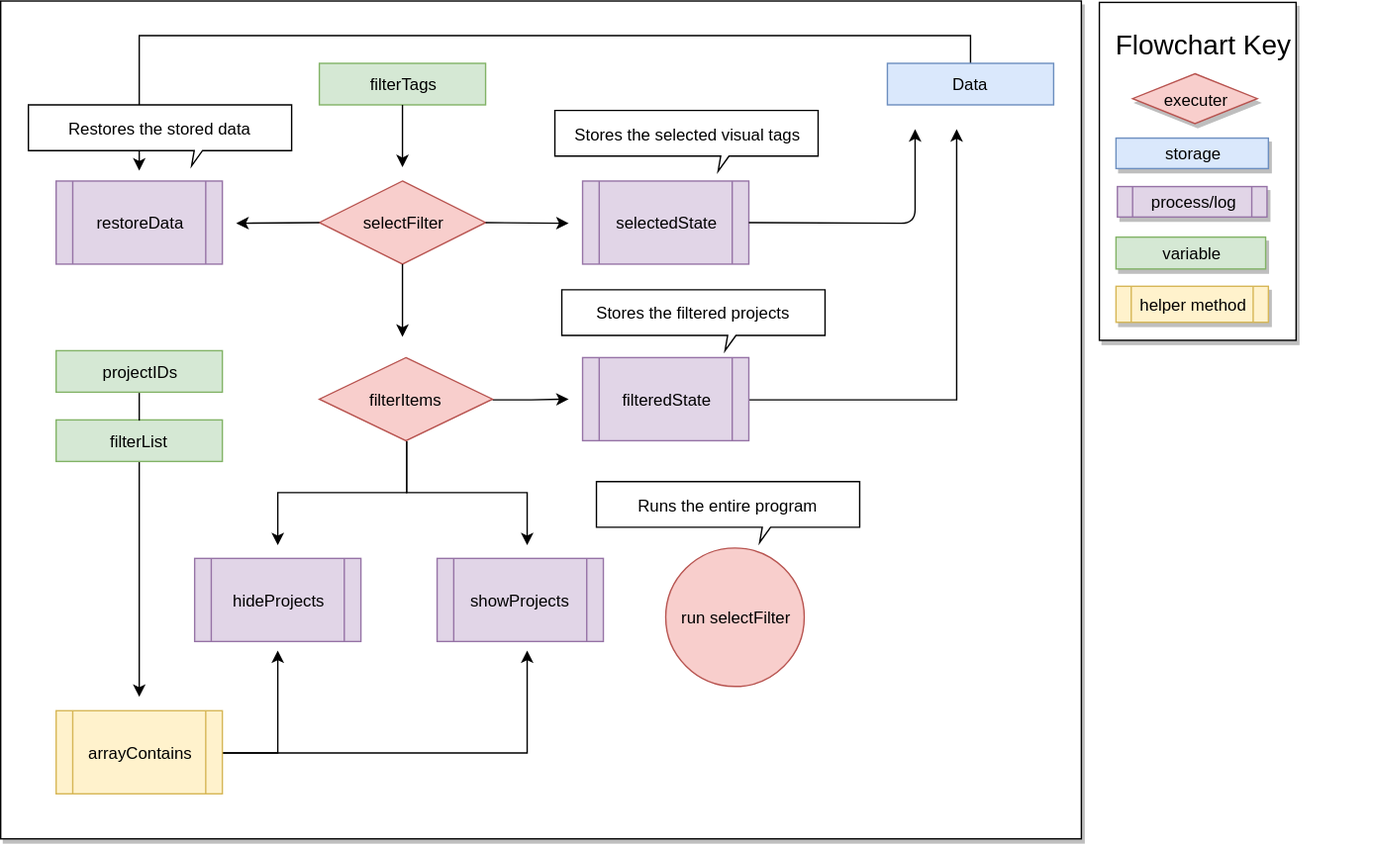
Earlier version of the draw.io export assets/img/filteringsystem.svg (Syhlo/portfolio). Source tidied: cells renumbered, new cells last; positions are measured from the earlier drawing's top-left corner, leaving out a move shared by most shapes.
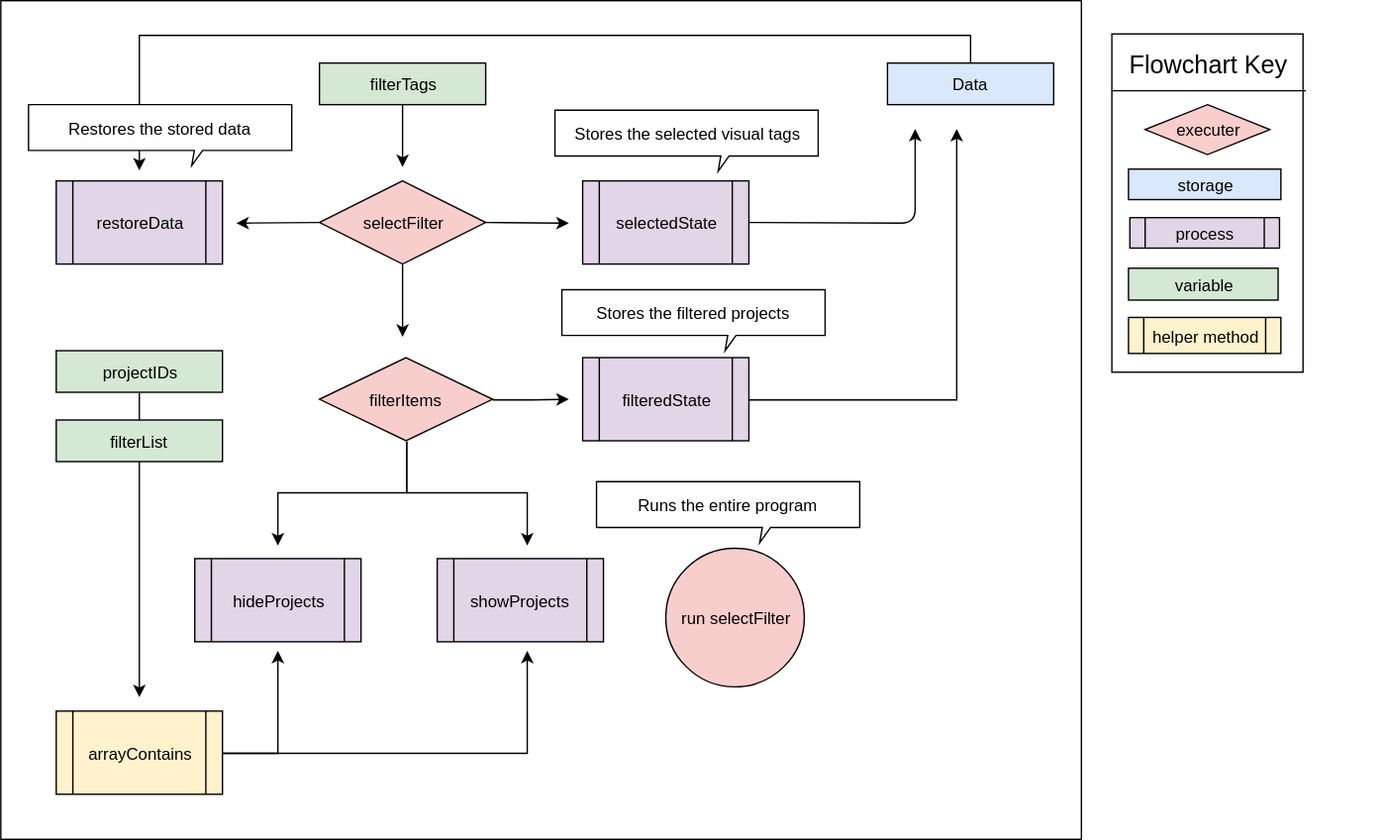
The same diagram one commit later.

Commit message:
enough of playing with this

Diff of the diagram source:
```diff
@@ -2,51 +2,51 @@
   <root>
     <mxCell id="0" />
     <mxCell id="1" parent="0" />
-    <mxCell id="2" style="rounded=0;whiteSpace=wrap;html=1;shadow=1;" parent="1" vertex="1">
+    <mxCell id="2" style="rounded=0;whiteSpace=wrap;shadow=0;labelBackgroundColor=none;labelBorderColor=none;html=1;fontSize=12;strokeColor=#000000;" parent="1" vertex="1">
       <mxGeometry width="780" height="605" as="geometry" />
     </mxCell>
-    <mxCell id="3" style="rounded=0;whiteSpace=wrap;html=1;shadow=1;" parent="1" vertex="1">
-      <mxGeometry x="793" y="1" width="142" height="244" as="geometry" />
+    <mxCell id="3" style="rounded=0;whiteSpace=wrap;shadow=0;labelBackgroundColor=none;labelBorderColor=none;html=1;fontSize=12;strokeColor=#000000;" parent="1" vertex="1">
+      <mxGeometry x="802" y="24" width="138" height="244" as="geometry" />
     </mxCell>
-    <mxCell id="4" value="filterTags" style="rounded=0;whiteSpace=wrap;html=1;fillColor=#d5e8d4;strokeColor=#82b366;" parent="1" vertex="1">
+    <mxCell id="4" value="filterTags" style="rounded=0;whiteSpace=wrap;fillColor=#d5e8d4;strokeColor=#000000;shadow=0;labelBackgroundColor=none;labelBorderColor=none;html=1;fontSize=12;" parent="1" vertex="1">
       <mxGeometry x="230" y="45" width="120" height="30" as="geometry" />
     </mxCell>
-    <mxCell id="5" style="edgeStyle=orthogonalEdgeStyle;rounded=0;html=1;exitX=0.5;exitY=0;jettySize=auto;" parent="1" edge="1" source="6">
+    <mxCell id="5" style="edgeStyle=orthogonalEdgeStyle;rounded=0;exitX=0.5;exitY=0;jettySize=auto;shadow=0;labelBackgroundColor=none;labelBorderColor=none;html=1;fontSize=12;strokeColor=#000000;" parent="1" edge="1" source="6">
       <mxGeometry relative="1" as="geometry">
         <mxPoint x="100" y="122.5" as="targetPoint" />
       </mxGeometry>
     </mxCell>
-    <mxCell id="6" value="Data" style="rounded=0;whiteSpace=wrap;html=1;fillColor=#dae8fc;strokeColor=#6c8ebf;" parent="1" vertex="1">
+    <mxCell id="6" value="Data" style="rounded=0;whiteSpace=wrap;fillColor=#dae8fc;strokeColor=#000000;shadow=0;labelBackgroundColor=none;labelBorderColor=none;html=1;fontSize=12;" parent="1" vertex="1">
       <mxGeometry x="640" y="45" width="120" height="30" as="geometry" />
     </mxCell>
-    <mxCell id="7" value="selectFilter" style="rhombus;whiteSpace=wrap;html=1;fillColor=#f8cecc;strokeColor=#b85450;" parent="1" vertex="1">
+    <mxCell id="7" value="selectFilter" style="rhombus;whiteSpace=wrap;fillColor=#f8cecc;strokeColor=#000000;shadow=0;labelBackgroundColor=none;labelBorderColor=none;html=1;fontSize=12;" parent="1" vertex="1">
       <mxGeometry x="230" y="130" width="120" height="60" as="geometry" />
     </mxCell>
-    <mxCell id="8" style="endArrow=classic;html=1;exitX=0.5;exitY=1;" parent="1" edge="1" source="4">
+    <mxCell id="8" style="endArrow=classic;exitX=0.5;exitY=1;shadow=0;labelBackgroundColor=none;labelBorderColor=none;html=1;fontSize=12;strokeColor=#000000;" parent="1" edge="1" source="4">
       <mxGeometry relative="1" as="geometry">
         <mxPoint x="290" y="120" as="targetPoint" />
       </mxGeometry>
     </mxCell>
-    <mxCell id="9" value="restoreData" style="shape=process;whiteSpace=wrap;html=1;backgroundOutline=1;fillColor=#e1d5e7;strokeColor=#9673a6;" parent="1" vertex="1">
+    <mxCell id="9" value="restoreData" style="shape=process;whiteSpace=wrap;backgroundOutline=1;fillColor=#e1d5e7;strokeColor=#000000;shadow=0;labelBackgroundColor=none;labelBorderColor=none;html=1;fontSize=12;" parent="1" vertex="1">
       <mxGeometry x="40" y="130" width="120" height="60" as="geometry" />
     </mxCell>
-    <mxCell id="10" style="endArrow=classic;html=1;exitX=0;exitY=0.5;" parent="1" edge="1" source="7">
+    <mxCell id="10" style="endArrow=classic;exitX=0;exitY=0.5;shadow=0;labelBackgroundColor=none;labelBorderColor=none;html=1;fontSize=12;strokeColor=#000000;" parent="1" edge="1" source="7">
       <mxGeometry relative="1" as="geometry">
         <mxPoint x="170" y="160.5" as="targetPoint" />
       </mxGeometry>
     </mxCell>
-    <mxCell id="11" value="selectedState" style="shape=process;whiteSpace=wrap;html=1;backgroundOutline=1;fillColor=#e1d5e7;strokeColor=#9673a6;" parent="1" vertex="1">
+    <mxCell id="11" value="selectedState" style="shape=process;whiteSpace=wrap;backgroundOutline=1;fillColor=#e1d5e7;strokeColor=#000000;shadow=0;labelBackgroundColor=none;labelBorderColor=none;html=1;fontSize=12;" parent="1" vertex="1">
       <mxGeometry x="420" y="130" width="120" height="60" as="geometry" />
     </mxCell>
-    <mxCell id="12" style="endArrow=classic;html=1;exitX=1;exitY=0.5;" parent="1" edge="1" source="7">
+    <mxCell id="12" style="endArrow=classic;exitX=1;exitY=0.5;shadow=0;labelBackgroundColor=none;labelBorderColor=none;html=1;fontSize=12;strokeColor=#000000;" parent="1" edge="1" source="7">
       <mxGeometry relative="1" as="geometry">
         <mxPoint x="410" y="160.5" as="targetPoint" />
       </mxGeometry>
     </mxCell>
-    <mxCell id="13" value="Stores the selected visual tags" style="shape=callout;whiteSpace=wrap;html=1;perimeter=calloutPerimeter;size=11;position=0.63;base=6;position2=0.62;fillColor=#ffffff;strokeColor=#000000;" parent="1" vertex="1">
+    <mxCell id="13" value="Stores the selected visual tags" style="shape=callout;whiteSpace=wrap;perimeter=calloutPerimeter;size=11;position=0.63;base=6;position2=0.62;fillColor=#ffffff;strokeColor=#000000;shadow=0;labelBackgroundColor=none;labelBorderColor=none;html=1;fontSize=12;" parent="1" vertex="1">
       <mxGeometry x="400" y="79" width="190" height="44" as="geometry" />
     </mxCell>
-    <mxCell id="14" style="endArrow=classic;html=1;exitX=1;exitY=0.5;" parent="1" edge="1" source="11">
+    <mxCell id="14" style="endArrow=classic;exitX=1;exitY=0.5;shadow=0;labelBackgroundColor=none;labelBorderColor=none;html=1;fontSize=12;strokeColor=#000000;" parent="1" edge="1" source="11">
       <mxGeometry relative="1" as="geometry">
         <mxPoint x="660" y="92.5" as="targetPoint" />
         <Array as="points">
@@ -54,99 +54,102 @@
         </Array>
       </mxGeometry>
     </mxCell>
-    <mxCell id="15" style="endArrow=classic;html=1;exitX=0.5;exitY=1;" parent="1" edge="1" source="7">
+    <mxCell id="15" style="endArrow=classic;exitX=0.5;exitY=1;shadow=0;labelBackgroundColor=none;labelBorderColor=none;html=1;fontSize=12;strokeColor=#000000;" parent="1" edge="1" source="7">
       <mxGeometry relative="1" as="geometry">
         <mxPoint x="290" y="242.5" as="targetPoint" />
       </mxGeometry>
     </mxCell>
-    <mxCell id="16" style="edgeStyle=orthogonalEdgeStyle;rounded=0;html=1;jettySize=auto;" parent="1" edge="1" source="17">
+    <mxCell id="16" style="edgeStyle=orthogonalEdgeStyle;rounded=0;jettySize=auto;shadow=0;labelBackgroundColor=none;labelBorderColor=none;html=1;fontSize=12;strokeColor=#000000;" parent="1" edge="1" source="17">
       <mxGeometry relative="1" as="geometry">
         <mxPoint x="100" y="502.5" as="targetPoint" />
       </mxGeometry>
     </mxCell>
-    <mxCell id="17" value="filterList" style="rounded=0;whiteSpace=wrap;html=1;fillColor=#d5e8d4;strokeColor=#82b366;" parent="1" vertex="1">
+    <mxCell id="17" value="filterList" style="rounded=0;whiteSpace=wrap;fillColor=#d5e8d4;strokeColor=#000000;shadow=0;labelBackgroundColor=none;labelBorderColor=none;html=1;fontSize=12;" parent="1" vertex="1">
       <mxGeometry x="40" y="302.5" width="120" height="30" as="geometry" />
     </mxCell>
-    <mxCell id="18" value="projectIDs" style="rounded=0;whiteSpace=wrap;html=1;fillColor=#d5e8d4;strokeColor=#82b366;" parent="1" vertex="1">
+    <mxCell id="18" value="projectIDs" style="rounded=0;whiteSpace=wrap;fillColor=#d5e8d4;strokeColor=#000000;shadow=0;labelBackgroundColor=none;labelBorderColor=none;html=1;fontSize=12;" parent="1" vertex="1">
       <mxGeometry x="40" y="252.5" width="120" height="30" as="geometry" />
     </mxCell>
-    <mxCell id="19" style="edgeStyle=orthogonalEdgeStyle;rounded=0;html=1;exitX=1;exitY=0.5;jettySize=auto;" parent="1" edge="1" source="22">
+    <mxCell id="19" style="edgeStyle=orthogonalEdgeStyle;rounded=0;exitX=1;exitY=0.5;jettySize=auto;shadow=0;labelBackgroundColor=none;labelBorderColor=none;html=1;fontSize=12;strokeColor=#000000;" parent="1" edge="1" source="22">
       <mxGeometry relative="1" as="geometry">
         <mxPoint x="410" y="287.5" as="targetPoint" />
       </mxGeometry>
     </mxCell>
-    <mxCell id="20" style="edgeStyle=orthogonalEdgeStyle;rounded=0;html=1;exitX=0.5;exitY=1;jettySize=auto;" parent="1" edge="1" source="22">
+    <mxCell id="20" style="edgeStyle=orthogonalEdgeStyle;rounded=0;exitX=0.5;exitY=1;jettySize=auto;shadow=0;labelBackgroundColor=none;labelBorderColor=none;html=1;fontSize=12;strokeColor=#000000;" parent="1" edge="1" source="22">
       <mxGeometry relative="1" as="geometry">
         <mxPoint x="200" y="393" as="targetPoint" />
       </mxGeometry>
     </mxCell>
-    <mxCell id="21" style="edgeStyle=orthogonalEdgeStyle;rounded=0;html=1;exitX=0.5;exitY=1;jettySize=auto;" parent="1" edge="1" source="22">
+    <mxCell id="21" style="edgeStyle=orthogonalEdgeStyle;rounded=0;exitX=0.5;exitY=1;jettySize=auto;shadow=0;labelBackgroundColor=none;labelBorderColor=none;html=1;fontSize=12;strokeColor=#000000;" parent="1" edge="1" source="22">
       <mxGeometry relative="1" as="geometry">
         <mxPoint x="380" y="393" as="targetPoint" />
       </mxGeometry>
     </mxCell>
-    <mxCell id="22" value="filterItems&lt;br&gt;" style="rhombus;whiteSpace=wrap;html=1;fillColor=#f8cecc;strokeColor=#b85450;" parent="1" vertex="1">
+    <mxCell id="22" value="filterItems&lt;br style=&quot;font-size: 12px;&quot;&gt;" style="rhombus;whiteSpace=wrap;fillColor=#f8cecc;strokeColor=#000000;shadow=0;labelBackgroundColor=none;labelBorderColor=none;html=1;fontSize=12;" parent="1" vertex="1">
       <mxGeometry x="230" y="257.5" width="125" height="60" as="geometry" />
     </mxCell>
-    <mxCell id="23" style="edgeStyle=orthogonalEdgeStyle;rounded=0;html=1;exitX=1;exitY=0.5;jettySize=auto;" parent="1" edge="1" source="24">
+    <mxCell id="23" style="edgeStyle=orthogonalEdgeStyle;rounded=0;exitX=1;exitY=0.5;jettySize=auto;shadow=0;labelBackgroundColor=none;labelBorderColor=none;html=1;fontSize=12;strokeColor=#000000;" parent="1" edge="1" source="24">
       <mxGeometry relative="1" as="geometry">
         <mxPoint x="690" y="92.5" as="targetPoint" />
       </mxGeometry>
     </mxCell>
-    <mxCell id="24" value="filteredState" style="shape=process;whiteSpace=wrap;html=1;backgroundOutline=1;fillColor=#e1d5e7;strokeColor=#9673a6;" parent="1" vertex="1">
+    <mxCell id="24" value="filteredState" style="shape=process;whiteSpace=wrap;backgroundOutline=1;fillColor=#e1d5e7;strokeColor=#000000;shadow=0;labelBackgroundColor=none;labelBorderColor=none;html=1;fontSize=12;" parent="1" vertex="1">
       <mxGeometry x="420" y="257.5" width="120" height="60" as="geometry" />
     </mxCell>
-    <mxCell id="25" value="hideProjects" style="shape=process;whiteSpace=wrap;html=1;backgroundOutline=1;fillColor=#e1d5e7;strokeColor=#9673a6;" parent="1" vertex="1">
+    <mxCell id="25" value="hideProjects" style="shape=process;whiteSpace=wrap;backgroundOutline=1;fillColor=#e1d5e7;strokeColor=#000000;shadow=0;labelBackgroundColor=none;labelBorderColor=none;html=1;fontSize=12;" parent="1" vertex="1">
       <mxGeometry x="140" y="402.5" width="120" height="60" as="geometry" />
     </mxCell>
-    <mxCell id="26" value="showProjects" style="shape=process;whiteSpace=wrap;html=1;backgroundOutline=1;fillColor=#e1d5e7;strokeColor=#9673a6;" parent="1" vertex="1">
+    <mxCell id="26" value="showProjects" style="shape=process;whiteSpace=wrap;backgroundOutline=1;fillColor=#e1d5e7;strokeColor=#000000;shadow=0;labelBackgroundColor=none;labelBorderColor=none;html=1;fontSize=12;" parent="1" vertex="1">
       <mxGeometry x="315" y="402.5" width="120" height="60" as="geometry" />
     </mxCell>
-    <mxCell id="27" style="edgeStyle=orthogonalEdgeStyle;rounded=0;html=1;exitX=1;exitY=0.5;jettySize=auto;strokeColor=#000000;" parent="1" edge="1" source="29">
+    <mxCell id="27" style="edgeStyle=orthogonalEdgeStyle;rounded=0;exitX=1;exitY=0.5;jettySize=auto;strokeColor=#000000;shadow=0;labelBackgroundColor=none;labelBorderColor=none;html=1;fontSize=12;" parent="1" edge="1" source="29">
       <mxGeometry relative="1" as="geometry">
         <mxPoint x="200" y="469" as="targetPoint" />
       </mxGeometry>
     </mxCell>
-    <mxCell id="28" style="edgeStyle=orthogonalEdgeStyle;rounded=0;html=1;exitX=1;exitY=0.5;jettySize=auto;strokeColor=#000000;" parent="1" edge="1" source="29">
+    <mxCell id="28" style="edgeStyle=orthogonalEdgeStyle;rounded=0;exitX=1;exitY=0.5;jettySize=auto;strokeColor=#000000;shadow=0;labelBackgroundColor=none;labelBorderColor=none;html=1;fontSize=12;" parent="1" edge="1" source="29">
       <mxGeometry relative="1" as="geometry">
         <mxPoint x="380" y="469" as="targetPoint" />
       </mxGeometry>
     </mxCell>
-    <mxCell id="29" value="arrayContains&lt;br&gt;" style="shape=process;whiteSpace=wrap;html=1;backgroundOutline=1;fillColor=#fff2cc;strokeColor=#d6b656;" parent="1" vertex="1">
+    <mxCell id="29" value="arrayContains&lt;br style=&quot;font-size: 12px;&quot;&gt;" style="shape=process;whiteSpace=wrap;backgroundOutline=1;fillColor=#fff2cc;strokeColor=#000000;shadow=0;labelBackgroundColor=none;labelBorderColor=none;html=1;fontSize=12;" parent="1" vertex="1">
       <mxGeometry x="40" y="512.5" width="120" height="60" as="geometry" />
     </mxCell>
-    <mxCell id="30" value="run selectFilter" style="ellipse;whiteSpace=wrap;html=1;fillColor=#f8cecc;strokeColor=#b85450;" parent="1" vertex="1">
+    <mxCell id="30" value="run selectFilter" style="ellipse;whiteSpace=wrap;fillColor=#f8cecc;strokeColor=#000000;shadow=0;labelBackgroundColor=none;labelBorderColor=none;html=1;fontSize=12;" parent="1" vertex="1">
       <mxGeometry x="480" y="395" width="100" height="100" as="geometry" />
     </mxCell>
-    <mxCell id="31" value="Stores the filtered projects" style="shape=callout;whiteSpace=wrap;html=1;perimeter=calloutPerimeter;size=11;position=0.63;base=6;position2=0.62;fillColor=#ffffff;strokeColor=#000000;" parent="1" vertex="1">
+    <mxCell id="31" value="Stores the filtered projects" style="shape=callout;whiteSpace=wrap;perimeter=calloutPerimeter;size=11;position=0.63;base=6;position2=0.62;fillColor=#ffffff;strokeColor=#000000;shadow=0;labelBackgroundColor=none;labelBorderColor=none;html=1;fontSize=12;" parent="1" vertex="1">
       <mxGeometry x="405" y="208.5" width="190" height="44" as="geometry" />
     </mxCell>
-    <mxCell id="32" value="Restores the stored data" style="shape=callout;whiteSpace=wrap;html=1;perimeter=calloutPerimeter;size=11;position=0.63;base=6;position2=0.62;fillColor=#ffffff;strokeColor=#000000;" parent="1" vertex="1">
+    <mxCell id="32" value="Restores the stored data" style="shape=callout;whiteSpace=wrap;perimeter=calloutPerimeter;size=11;position=0.63;base=6;position2=0.62;fillColor=#ffffff;strokeColor=#000000;shadow=0;labelBackgroundColor=none;labelBorderColor=none;html=1;fontSize=12;" parent="1" vertex="1">
       <mxGeometry x="20" y="75" width="190" height="44" as="geometry" />
     </mxCell>
-    <mxCell id="33" style="endArrow=none;html=1;entryX=0.5;entryY=1;exitX=0.5;exitY=0;" parent="1" edge="1" source="17" target="18">
+    <mxCell id="33" style="endArrow=none;entryX=0.5;entryY=1;exitX=0.5;exitY=0;shadow=0;labelBackgroundColor=none;labelBorderColor=none;html=1;fontSize=12;strokeColor=#000000;" parent="1" edge="1" source="17" target="18">
       <mxGeometry relative="1" as="geometry" />
     </mxCell>
-    <mxCell id="34" value="process/log" style="shape=process;whiteSpace=wrap;html=1;backgroundOutline=1;fillColor=#e1d5e7;strokeColor=#9673a6;shadow=1;" parent="1" vertex="1">
-      <mxGeometry x="806" y="134" width="108" height="22" as="geometry" />
+    <mxCell id="34" value="process" style="shape=process;whiteSpace=wrap;backgroundOutline=1;fillColor=#e1d5e7;strokeColor=#000000;shadow=0;labelBackgroundColor=none;labelBorderColor=none;html=1;fontSize=12;" parent="1" vertex="1">
+      <mxGeometry x="815" y="156.5" width="108" height="22" as="geometry" />
     </mxCell>
-    <mxCell id="35" value="executer" style="rhombus;whiteSpace=wrap;html=1;fillColor=#f8cecc;strokeColor=#b85450;shadow=1;" parent="1" vertex="1">
-      <mxGeometry x="817" y="52.5" width="90" height="36" as="geometry" />
+    <mxCell id="35" value="executer" style="rhombus;whiteSpace=wrap;fillColor=#f8cecc;strokeColor=#000000;shadow=0;labelBackgroundColor=none;labelBorderColor=none;html=1;fontSize=12;" parent="1" vertex="1">
+      <mxGeometry x="826" y="75" width="90" height="36" as="geometry" />
     </mxCell>
-    <mxCell id="36" value="variable" style="rounded=0;whiteSpace=wrap;html=1;fillColor=#d5e8d4;strokeColor=#82b366;shadow=1;" parent="1" vertex="1">
-      <mxGeometry x="805" y="170.5" width="108" height="23" as="geometry" />
+    <mxCell id="36" value="variable" style="rounded=0;whiteSpace=wrap;fillColor=#d5e8d4;strokeColor=#000000;shadow=0;labelBackgroundColor=none;labelBorderColor=none;html=1;fontSize=12;" parent="1" vertex="1">
+      <mxGeometry x="814" y="193" width="108" height="23" as="geometry" />
     </mxCell>
-    <mxCell id="37" value="helper method" style="shape=process;whiteSpace=wrap;html=1;backgroundOutline=1;fillColor=#fff2cc;strokeColor=#d6b656;shadow=1;" parent="1" vertex="1">
-      <mxGeometry x="805" y="206" width="110" height="26" as="geometry" />
+    <mxCell id="37" value="helper method" style="shape=process;whiteSpace=wrap;backgroundOutline=1;fillColor=#fff2cc;strokeColor=#000000;shadow=0;labelBackgroundColor=none;labelBorderColor=none;html=1;fontSize=12;" parent="1" vertex="1">
+      <mxGeometry x="814" y="228.5" width="110" height="26" as="geometry" />
     </mxCell>
-    <mxCell id="38" value="storage" style="rounded=0;whiteSpace=wrap;html=1;fillColor=#dae8fc;strokeColor=#6c8ebf;shadow=1;" parent="1" vertex="1">
-      <mxGeometry x="805" y="99" width="110" height="22" as="geometry" />
+    <mxCell id="38" value="storage" style="rounded=0;whiteSpace=wrap;fillColor=#dae8fc;strokeColor=#000000;shadow=0;labelBackgroundColor=none;labelBorderColor=none;html=1;fontSize=12;" parent="1" vertex="1">
+      <mxGeometry x="814" y="121.5" width="110" height="22" as="geometry" />
     </mxCell>
-    <mxCell id="39" value="Runs the entire program" style="shape=callout;whiteSpace=wrap;html=1;perimeter=calloutPerimeter;size=11;position=0.63;base=6;position2=0.62;fillColor=#ffffff;strokeColor=#000000;" parent="1" vertex="1">
+    <mxCell id="39" value="Runs the entire program" style="shape=callout;whiteSpace=wrap;perimeter=calloutPerimeter;size=11;position=0.63;base=6;position2=0.62;fillColor=#ffffff;strokeColor=#000000;shadow=0;labelBackgroundColor=none;labelBorderColor=none;html=1;fontSize=12;" parent="1" vertex="1">
       <mxGeometry x="430" y="347" width="190" height="44" as="geometry" />
     </mxCell>
-    <mxCell id="40" value="&lt;h1 style=&quot;text-align: left&quot;&gt;&lt;font style=&quot;font-size: 20px ; font-weight: normal&quot;&gt;Flowchart Key&lt;/font&gt;&lt;/h1&gt;" style="text;html=1;strokeColor=none;fillColor=none;spacing=5;spacingTop=-20;whiteSpace=wrap;overflow=hidden;rounded=0;" parent="1" vertex="1">
-      <mxGeometry x="800" y="11" width="190" height="40" as="geometry" />
+    <mxCell id="40" value="&lt;h1 style=&quot;text-align: left&quot;&gt;&lt;font style=&quot;font-weight: normal ; font-size: 18px&quot;&gt;Flowchart Key&lt;/font&gt;&lt;/h1&gt;" style="text;html=1;strokeColor=none;fillColor=none;spacing=5;spacingTop=-20;whiteSpace=wrap;overflow=hidden;rounded=0;shadow=0;" parent="1" vertex="1">
+      <mxGeometry x="810" y="24.5" width="190" height="40" as="geometry" />
     </mxCell>
+    <mxCell id="41" style="endArrow=none;strokeColor=#000000;entryX=1.014;entryY=0.168;entryPerimeter=0;exitX=0;exitY=0.168;exitPerimeter=0;shadow=0;labelBackgroundColor=none;labelBorderColor=none;html=1;fontSize=12;" parent="1" edge="1" source="3" target="3">
+      <mxGeometry relative="1" as="geometry" />
+    </mxCell>
   </root>
 </mxGraphModel>
```
